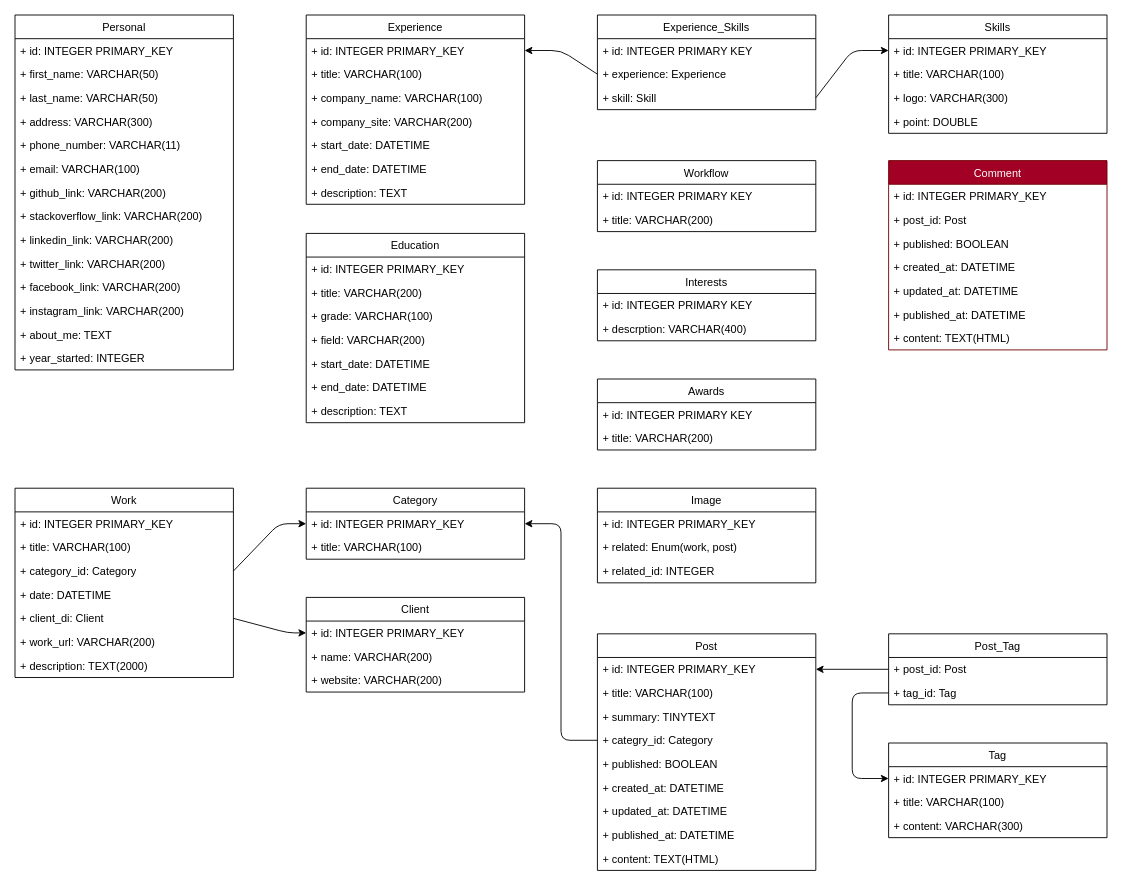
Before: db.drawio in mamin75dev/resume-site-with-flask-and-mysql, a draw.io diagram. Source tidied: cells renumbered, new cells numbered last; positions are measured from the earlier drawing's top-left corner, leaving out a move shared by most shapes. Both pictures are drawn from the tidied source at 91%, with x=0, y=0 at pixel (15, 15).
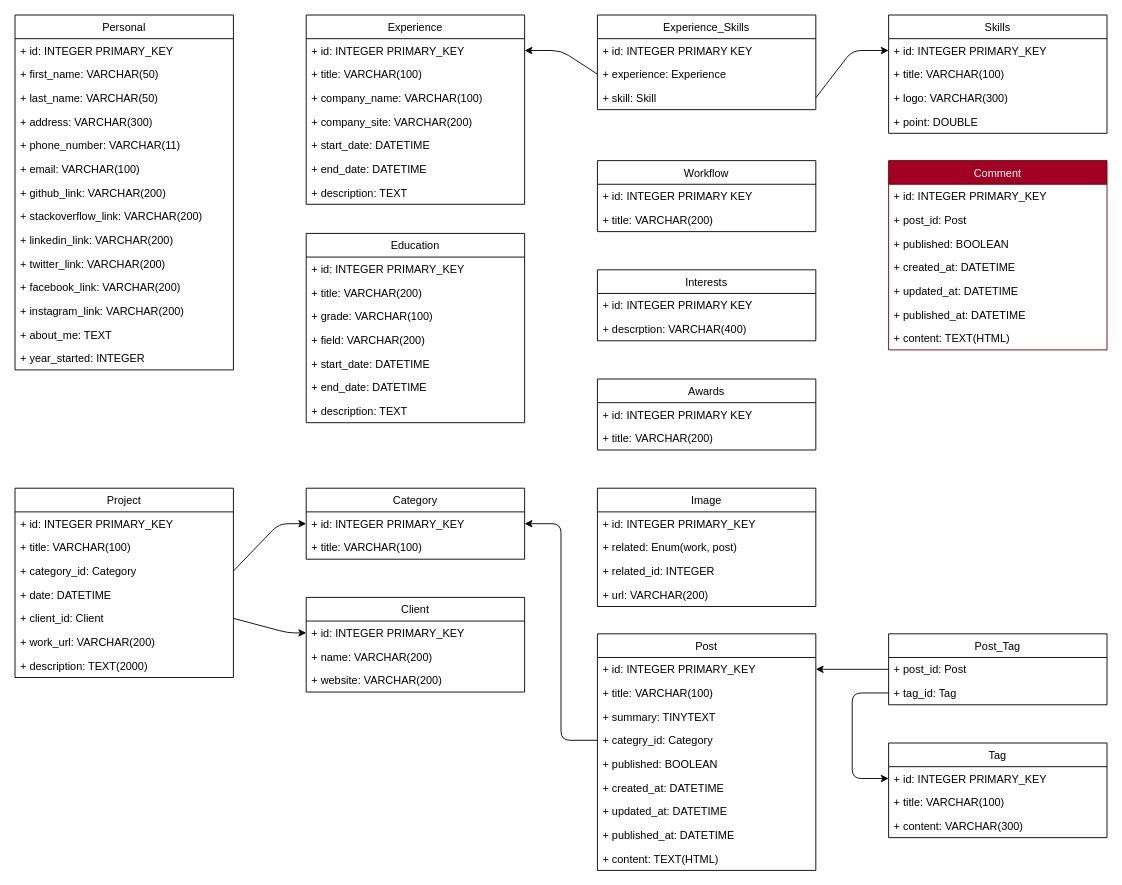
The same page after the edit.

Diff of the diagram source:
```diff
@@
-    <mxCell id="53" value="Work" style="swimlane;fontStyle=0;horizontal=1;startSize=26;fillColor=none;" parent="1" vertex="1">
+    <mxCell id="53" value="Project" style="swimlane;fontStyle=0;horizontal=1;startSize=26;fillColor=none;" parent="1" vertex="1">
       <mxGeometry y="520" width="240" height="208" as="geometry" />
     </mxCell>
@@
-    <mxCell id="58" value="+ client_di: Client" style="text;strokeColor=none;fillColor=none;align=left;verticalAlign=top;spacingLeft=4;spacingRight=4;overflow=hidden;points=[[0,0.5],[1,0.5]];portConstraint=eastwest;" parent="53" vertex="1">
+    <mxCell id="58" value="+ client_id: Client" style="text;strokeColor=none;fillColor=none;align=left;verticalAlign=top;spacingLeft=4;spacingRight=4;overflow=hidden;points=[[0,0.5],[1,0.5]];portConstraint=eastwest;" parent="53" vertex="1">
       <mxGeometry y="130" width="240" height="26" as="geometry" />
     </mxCell>
@@
     <mxCell id="65" value="Image" style="swimlane;fontStyle=0;horizontal=1;startSize=26;fillColor=none;" parent="1" vertex="1">
-      <mxGeometry x="640" y="520" width="240" height="104" as="geometry" />
+      <mxGeometry x="640" y="520" width="240" height="130" as="geometry" />
     </mxCell>
@@
+    <mxCell id="102" value="+ url: VARCHAR(200)" style="text;strokeColor=none;fillColor=none;align=left;verticalAlign=top;spacingLeft=4;spacingRight=4;overflow=hidden;" parent="65" vertex="1">
+      <mxGeometry y="104" width="240" height="26" as="geometry" />
+    </mxCell>
```
